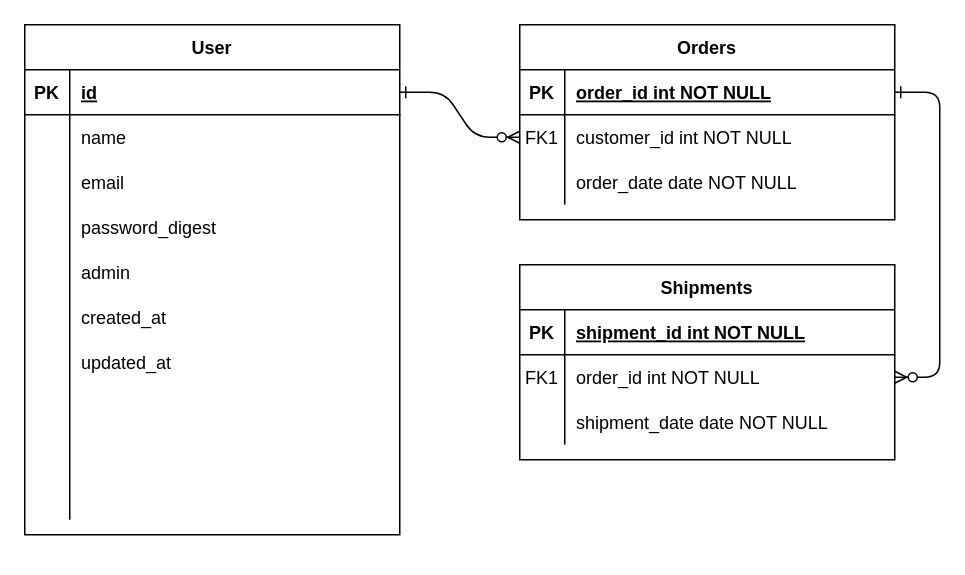
yu-tas/achieve keeps this draw.io diagram as 卒業課題.drawio. Above is the earlier version. Source tidied: cells renumbered, new cells numbered last; positions are measured from the earlier drawing's top-left corner, leaving out a move shared by most shapes. Both pictures are drawn from the tidied source at 150%, with x=0, y=0 at pixel (24, 24).
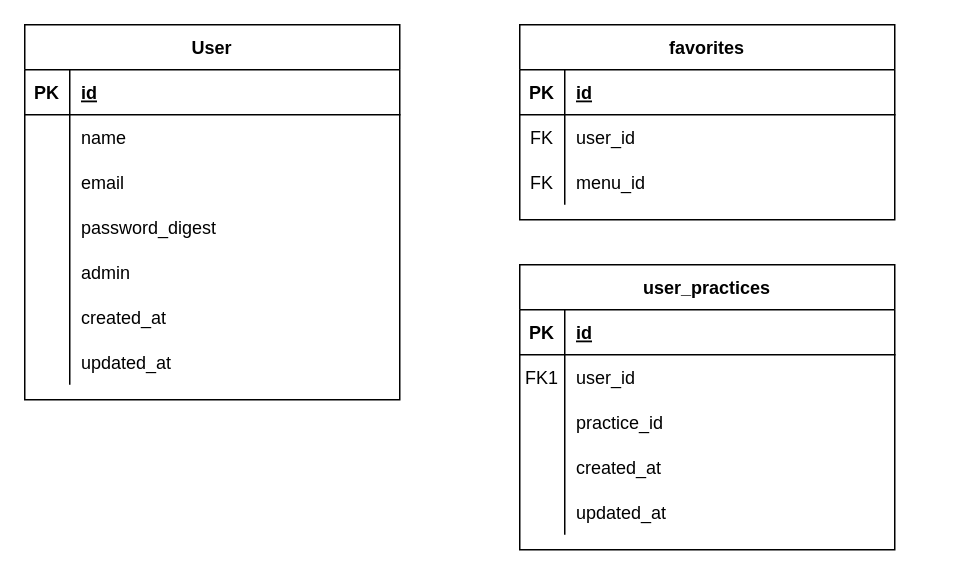
After the change.

Commit message (it also covers changes not shown here):
卒業課題.drawio を更新します

The change refers to these unchanged cells:
```xml
<mxCell id="5" style="shape=partialRectangle;fillColor=none;points=[[0,0.5],[1,0.5]];portConstraint=eastwest;top=0;left=0;right=0;bottom=1;" parent="4" vertex="1">
  <mxGeometry y="30" width="250" height="30" as="geometry" />
</mxCell>
<mxCell id="8" style="shape=partialRectangle;fillColor=none;points=[[0,0.5],[1,0.5]];portConstraint=eastwest;top=0;left=0;right=0;bottom=0;" parent="4" vertex="1">
  <mxGeometry y="60" width="250" height="30" as="geometry" />
</mxCell>
<mxCell id="11" style="shape=partialRectangle;fillColor=none;top=0;left=0;right=0;bottom=0;" parent="4" vertex="1">
  <mxGeometry y="90" width="250" height="30" as="geometry" />
</mxCell>
<mxCell id="15" style="shape=partialRectangle;fillColor=none;top=0;left=0;right=0;bottom=1;" parent="14" vertex="1">
  <mxGeometry y="30" width="250" height="30" as="geometry" />
</mxCell>
<mxCell id="18" style="shape=partialRectangle;fillColor=none;points=[[0,0.5],[1,0.5]];portConstraint=eastwest;top=0;left=0;right=0;bottom=0;" parent="14" vertex="1">
  <mxGeometry y="60" width="250" height="30" as="geometry" />
</mxCell>
<mxCell id="21" style="shape=partialRectangle;fillColor=none;top=0;left=0;right=0;bottom=0;" parent="14" vertex="1">
  <mxGeometry y="90" width="250" height="30" as="geometry" />
</mxCell>
<mxCell id="25" style="shape=partialRectangle;fillColor=none;points=[[0,0.5],[1,0.5]];portConstraint=eastwest;top=0;left=0;right=0;bottom=1;" parent="24" vertex="1">
  <mxGeometry y="30" width="250" height="30" as="geometry" />
</mxCell>
```

Change to the diagram source:
```diff
@@
-    <mxCell id="2" style="edgeStyle=entityRelationEdgeStyle;endArrow=ERzeroToMany;startArrow=ERone;endFill=1;startFill=0;" parent="1" edge="1" source="25" target="8">
-      <mxGeometry relative="1" as="geometry" />
-    </mxCell>
-    <mxCell id="3" style="edgeStyle=entityRelationEdgeStyle;endArrow=ERzeroToMany;startArrow=ERone;endFill=1;startFill=0;" parent="1" edge="1" source="5" target="18">
-      <mxGeometry relative="1" as="geometry" />
-    </mxCell>
-    <mxCell id="4" value="Orders" style="shape=table;startSize=30;childLayout=tableLayout;rowLines=0;fontStyle=1;align=center;" parent="1" vertex="1">
+    <mxCell id="4" value="favorites" style="shape=table;startSize=30;childLayout=tableLayout;rowLines=0;fontStyle=1;align=center;" parent="1" vertex="1">
       <mxGeometry x="330" width="250" height="130" as="geometry" />
     </mxCell>
@@
-    <mxCell id="7" value="order_id int NOT NULL " style="shape=partialRectangle;overflow=hidden;fillColor=none;top=0;left=0;bottom=0;right=0;align=left;spacingLeft=6;fontStyle=5;" parent="5" vertex="1">
+    <mxCell id="7" value="id" style="shape=partialRectangle;overflow=hidden;fillColor=none;top=0;left=0;bottom=0;right=0;align=left;spacingLeft=6;fontStyle=5;" parent="5" vertex="1">
       <mxGeometry x="30" width="220" height="30" as="geometry" />
     </mxCell>
@@
-    <mxCell id="9" value="FK1" style="shape=partialRectangle;overflow=hidden;fillColor=none;top=0;left=0;bottom=0;right=0;" parent="8" vertex="1">
+    <mxCell id="9" value="FK" style="shape=partialRectangle;overflow=hidden;fillColor=none;top=0;left=0;bottom=0;right=0;" parent="8" vertex="1">
       <mxGeometry width="30" height="30" as="geometry" />
     </mxCell>
-    <mxCell id="10" value="customer_id int NOT NULL" style="shape=partialRectangle;overflow=hidden;fillColor=none;top=0;left=0;bottom=0;right=0;align=left;spacingLeft=6;" parent="8" vertex="1">
+    <mxCell id="10" value="user_id" style="shape=partialRectangle;overflow=hidden;fillColor=none;top=0;left=0;bottom=0;right=0;align=left;spacingLeft=6;" parent="8" vertex="1">
       <mxGeometry x="30" width="220" height="30" as="geometry" />
     </mxCell>
@@
-    <mxCell id="12" style="shape=partialRectangle;overflow=hidden;fillColor=none;top=0;left=0;bottom=0;right=0;" parent="11" vertex="1">
+    <mxCell id="12" value="FK" style="shape=partialRectangle;overflow=hidden;fillColor=none;top=0;left=0;bottom=0;right=0;" parent="11" vertex="1">
       <mxGeometry width="30" height="30" as="geometry" />
     </mxCell>
-    <mxCell id="13" value="order_date date NOT NULL" style="shape=partialRectangle;overflow=hidden;fillColor=none;top=0;left=0;bottom=0;right=0;align=left;spacingLeft=6;" parent="11" vertex="1">
+    <mxCell id="13" value="menu_id" style="shape=partialRectangle;overflow=hidden;fillColor=none;top=0;left=0;bottom=0;right=0;align=left;spacingLeft=6;" parent="11" vertex="1">
       <mxGeometry x="30" width="220" height="30" as="geometry" />
     </mxCell>
-    <mxCell id="14" value="Shipments" style="shape=table;startSize=30;childLayout=tableLayout;rowLines=0;fontStyle=1;align=center;" parent="1" vertex="1">
-      <mxGeometry x="330" y="160" width="250" height="130" as="geometry" />
+    <mxCell id="14" value="user_practices" style="shape=table;startSize=30;childLayout=tableLayout;rowLines=0;fontStyle=1;align=center;" parent="1" vertex="1">
+      <mxGeometry x="330" y="160" width="250" height="190" as="geometry" />
     </mxCell>
@@
-    <mxCell id="17" value="shipment_id int NOT NULL " style="shape=partialRectangle;overflow=hidden;fillColor=none;top=0;left=0;bottom=0;right=0;align=left;spacingLeft=6;fontStyle=5;" parent="15" vertex="1">
+    <mxCell id="17" value="id" style="shape=partialRectangle;overflow=hidden;fillColor=none;top=0;left=0;bottom=0;right=0;align=left;spacingLeft=6;fontStyle=5;" parent="15" vertex="1">
       <mxGeometry x="30" width="220" height="30" as="geometry" />
     </mxCell>
@@
-    <mxCell id="20" value="order_id int NOT NULL" style="shape=partialRectangle;overflow=hidden;fillColor=none;top=0;left=0;bottom=0;right=0;align=left;spacingLeft=6;" parent="18" vertex="1">
+    <mxCell id="20" value="user_id" style="shape=partialRectangle;overflow=hidden;fillColor=none;top=0;left=0;bottom=0;right=0;align=left;spacingLeft=6;" parent="18" vertex="1">
       <mxGeometry x="30" width="220" height="30" as="geometry" />
     </mxCell>
@@
-    <mxCell id="23" value="shipment_date date NOT NULL" style="shape=partialRectangle;overflow=hidden;fillColor=none;top=0;left=0;bottom=0;right=0;align=left;spacingLeft=6;" parent="21" vertex="1">
+    <mxCell id="23" value="practice_id" style="shape=partialRectangle;overflow=hidden;fillColor=none;top=0;left=0;bottom=0;right=0;align=left;spacingLeft=6;" parent="21" vertex="1">
       <mxGeometry x="30" width="220" height="30" as="geometry" />
     </mxCell>
+    <mxCell id="55" style="shape=partialRectangle;fillColor=none;top=0;left=0;right=0;bottom=0;" parent="14" vertex="1">
+      <mxGeometry y="120" width="250" height="30" as="geometry" />
+    </mxCell>
+    <mxCell id="56" style="shape=partialRectangle;overflow=hidden;fillColor=none;top=0;left=0;bottom=0;right=0;" parent="55" vertex="1">
+      <mxGeometry width="30" height="30" as="geometry" />
+    </mxCell>
+    <mxCell id="57" value="created_at" style="shape=partialRectangle;overflow=hidden;fillColor=none;top=0;left=0;bottom=0;right=0;align=left;spacingLeft=6;" parent="55" vertex="1">
+      <mxGeometry x="30" width="220" height="30" as="geometry" />
+    </mxCell>
+    <mxCell id="58" style="shape=partialRectangle;fillColor=none;top=0;left=0;right=0;bottom=0;" parent="14" vertex="1">
+      <mxGeometry y="150" width="250" height="30" as="geometry" />
+    </mxCell>
+    <mxCell id="59" style="shape=partialRectangle;overflow=hidden;fillColor=none;top=0;left=0;bottom=0;right=0;" parent="58" vertex="1">
+      <mxGeometry width="30" height="30" as="geometry" />
+    </mxCell>
+    <mxCell id="60" value="updated_at" style="shape=partialRectangle;overflow=hidden;fillColor=none;top=0;left=0;bottom=0;right=0;align=left;spacingLeft=6;" parent="58" vertex="1">
+      <mxGeometry x="30" width="220" height="30" as="geometry" />
+    </mxCell>
     <mxCell id="24" value="User" style="shape=table;startSize=30;childLayout=tableLayout;rowLines=0;fontStyle=1;align=center;" parent="1" vertex="1">
-      <mxGeometry width="250" height="340" as="geometry" />
+      <mxGeometry width="250" height="250" as="geometry" />
     </mxCell>
@@
-    <mxCell id="46" style="shape=partialRectangle;fillColor=none;top=0;left=0;right=0;bottom=0;" parent="24" vertex="1">
-      <mxGeometry y="240" width="250" height="30" as="geometry" />
-    </mxCell>
-    <mxCell id="47" style="shape=partialRectangle;overflow=hidden;fillColor=none;top=0;left=0;bottom=0;right=0;" parent="46" vertex="1">
-      <mxGeometry width="30" height="30" as="geometry" />
-    </mxCell>
-    <mxCell id="48" style="shape=partialRectangle;overflow=hidden;fillColor=none;top=0;left=0;bottom=0;right=0;align=left;spacingLeft=6;" parent="46" vertex="1">
-      <mxGeometry x="30" width="220" height="30" as="geometry" />
-    </mxCell>
-    <mxCell id="49" style="shape=partialRectangle;fillColor=none;top=0;left=0;right=0;bottom=0;" parent="24" vertex="1">
-      <mxGeometry y="270" width="250" height="30" as="geometry" />
-    </mxCell>
-    <mxCell id="50" style="shape=partialRectangle;overflow=hidden;fillColor=none;top=0;left=0;bottom=0;right=0;" parent="49" vertex="1">
-      <mxGeometry width="30" height="30" as="geometry" />
-    </mxCell>
-    <mxCell id="51" style="shape=partialRectangle;overflow=hidden;fillColor=none;top=0;left=0;bottom=0;right=0;align=left;spacingLeft=6;" parent="49" vertex="1">
-      <mxGeometry x="30" width="220" height="30" as="geometry" />
-    </mxCell>
-    <mxCell id="52" style="shape=partialRectangle;fillColor=none;top=0;left=0;right=0;bottom=0;" parent="24" vertex="1">
-      <mxGeometry y="300" width="250" height="30" as="geometry" />
-    </mxCell>
-    <mxCell id="53" style="shape=partialRectangle;overflow=hidden;fillColor=none;top=0;left=0;bottom=0;right=0;" parent="52" vertex="1">
-      <mxGeometry width="30" height="30" as="geometry" />
-    </mxCell>
-    <mxCell id="54" style="shape=partialRectangle;overflow=hidden;fillColor=none;top=0;left=0;bottom=0;right=0;align=left;spacingLeft=6;" parent="52" vertex="1">
-      <mxGeometry x="30" width="220" height="30" as="geometry" />
-    </mxCell>
```
